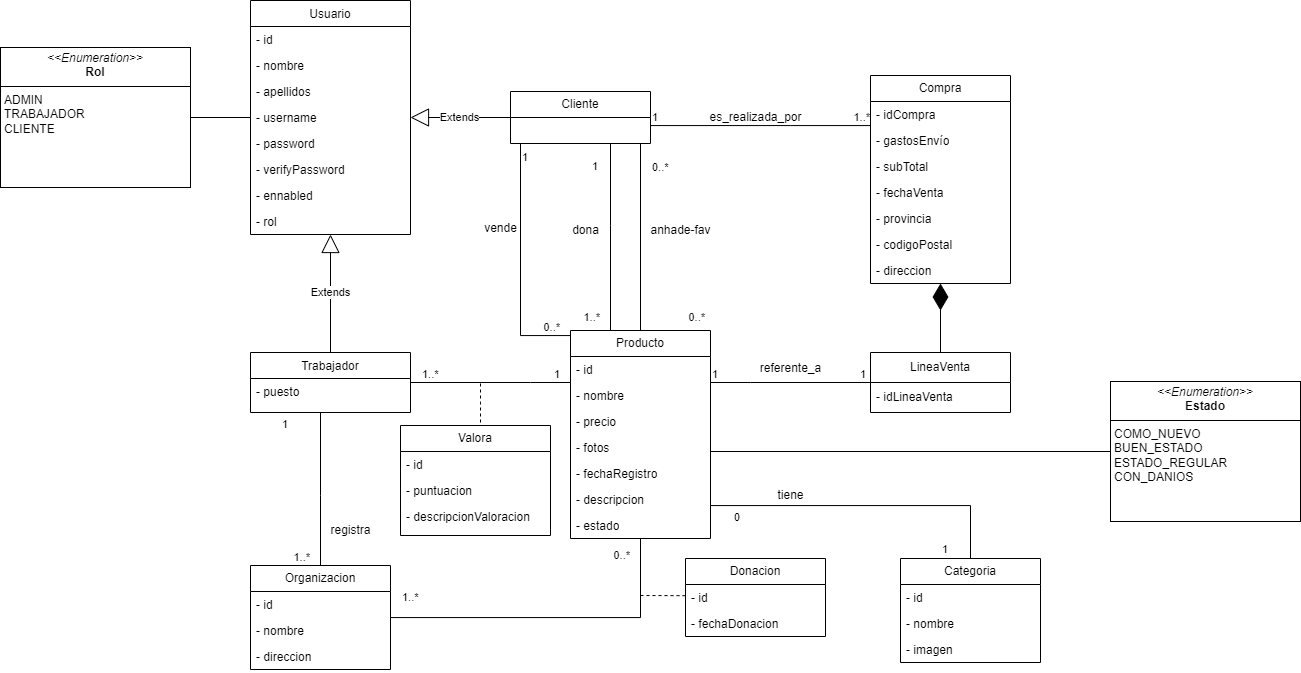
Earlier version of the draw.io export DiagramaDeClases.drawio.png (alvarocastilla05/RecySell). Source tidied: cells renumbered, new cells last; positions are measured from the earlier drawing's top-left corner, leaving out a move shared by most shapes.
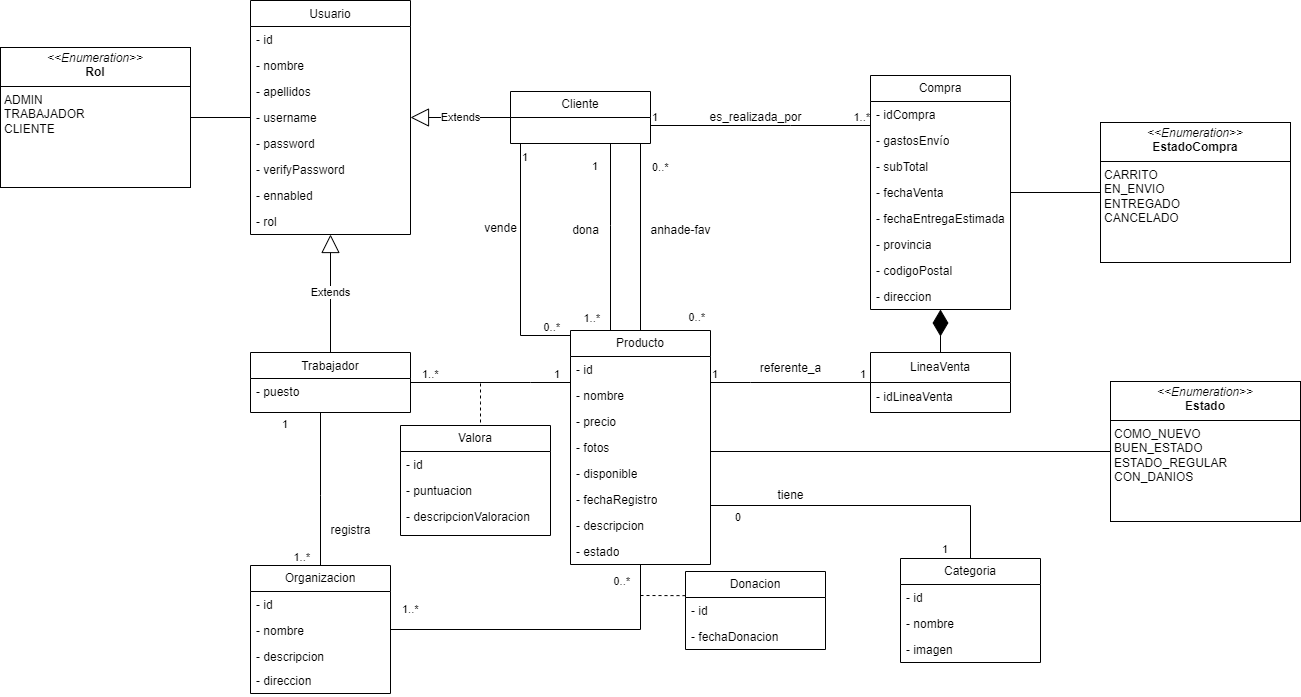
Above is the later version.

Commit message:
Actualización diagrama de clases

What changed in the source:
```diff
@@ -39,7 +39,7 @@
       <mxGeometry x="510" y="91" width="140" height="52" as="geometry" />
     </mxCell>
     <mxCell id="14" value="Producto" style="swimlane;fontStyle=0;horizontal=1;startSize=26;fillColor=none;whiteSpace=wrap;html=1;" parent="1" vertex="1">
-      <mxGeometry x="570" y="330" width="140" height="208" as="geometry" />
+      <mxGeometry x="570" y="330" width="140" height="234" as="geometry" />
     </mxCell>
     <mxCell id="15" value="- id" style="text;strokeColor=none;fillColor=none;align=left;verticalAlign=top;spacingLeft=4;spacingRight=4;overflow=hidden;whiteSpace=wrap;html=1;" parent="14" vertex="1">
       <mxGeometry y="26" width="140" height="26" as="geometry" />
@@ -53,14 +53,17 @@
     <mxCell id="18" value="- fotos" style="text;strokeColor=none;fillColor=none;align=left;verticalAlign=top;spacingLeft=4;spacingRight=4;overflow=hidden;whiteSpace=wrap;html=1;" parent="14" vertex="1">
       <mxGeometry y="104" width="140" height="26" as="geometry" />
     </mxCell>
+    <mxCell id="90" value="- disponible" style="text;strokeColor=none;fillColor=none;align=left;verticalAlign=top;spacingLeft=4;spacingRight=4;overflow=hidden;whiteSpace=wrap;html=1;" parent="14" vertex="1">
+      <mxGeometry y="130" width="140" height="26" as="geometry" />
+    </mxCell>
     <mxCell id="19" value="- fechaRegistro" style="text;strokeColor=none;fillColor=none;align=left;verticalAlign=top;spacingLeft=4;spacingRight=4;overflow=hidden;whiteSpace=wrap;html=1;" parent="14" vertex="1">
-      <mxGeometry y="130" width="140" height="26" as="geometry" />
+      <mxGeometry y="156" width="140" height="26" as="geometry" />
     </mxCell>
     <mxCell id="20" value="- descripcion" style="text;strokeColor=none;fillColor=none;align=left;verticalAlign=top;spacingLeft=4;spacingRight=4;overflow=hidden;whiteSpace=wrap;html=1;" parent="14" vertex="1">
-      <mxGeometry y="156" width="140" height="26" as="geometry" />
+      <mxGeometry y="182" width="140" height="26" as="geometry" />
     </mxCell>
     <mxCell id="21" value="- estado" style="text;strokeColor=none;fillColor=none;align=left;verticalAlign=top;spacingLeft=4;spacingRight=4;overflow=hidden;whiteSpace=wrap;html=1;" parent="14" vertex="1">
-      <mxGeometry y="182" width="140" height="26" as="geometry" />
+      <mxGeometry y="208" width="140" height="26" as="geometry" />
     </mxCell>
     <mxCell id="22" style="endArrow=none;html=1;edgeStyle=orthogonalEdgeStyle;rounded=0;" parent="1" edge="1" source="11" target="14">
       <mxGeometry relative="1" as="geometry">
@@ -102,7 +105,7 @@
       <mxGeometry x="640" y="215" width="80" height="30" as="geometry" />
     </mxCell>
     <mxCell id="29" value="Organizacion" style="swimlane;fontStyle=0;horizontal=1;startSize=26;fillColor=none;whiteSpace=wrap;html=1;" parent="1" vertex="1">
-      <mxGeometry x="250" y="565" width="140" height="104" as="geometry" />
+      <mxGeometry x="250" y="565" width="140" height="128" as="geometry" />
     </mxCell>
     <mxCell id="30" value="- id" style="text;strokeColor=none;fillColor=none;align=left;verticalAlign=top;spacingLeft=4;spacingRight=4;overflow=hidden;whiteSpace=wrap;html=1;" parent="29" vertex="1">
       <mxGeometry y="26" width="140" height="26" as="geometry" />
@@ -110,8 +113,11 @@
     <mxCell id="31" value="- nombre" style="text;strokeColor=none;fillColor=none;align=left;verticalAlign=top;spacingLeft=4;spacingRight=4;overflow=hidden;whiteSpace=wrap;html=1;" parent="29" vertex="1">
       <mxGeometry y="52" width="140" height="26" as="geometry" />
     </mxCell>
+    <mxCell id="91" value="- descripcion" style="text;strokeColor=none;fillColor=none;align=left;verticalAlign=top;spacingLeft=4;spacingRight=4;overflow=hidden;whiteSpace=wrap;html=1;" parent="29" vertex="1">
+      <mxGeometry y="78" width="140" height="24" as="geometry" />
+    </mxCell>
     <mxCell id="32" value="- direccion" style="text;strokeColor=none;fillColor=none;align=left;verticalAlign=top;spacingLeft=4;spacingRight=4;overflow=hidden;whiteSpace=wrap;html=1;" parent="29" vertex="1">
-      <mxGeometry y="78" width="140" height="26" as="geometry" />
+      <mxGeometry y="102" width="140" height="26" as="geometry" />
     </mxCell>
     <mxCell id="33" style="endArrow=none;html=1;edgeStyle=orthogonalEdgeStyle;rounded=0;" parent="1" edge="1" source="11" target="29">
       <mxGeometry relative="1" as="geometry">
@@ -174,7 +180,7 @@
       </mxGeometry>
     </mxCell>
     <mxCell id="45" value="Donacion" style="swimlane;fontStyle=0;horizontal=1;startSize=26;fillColor=none;whiteSpace=wrap;html=1;" parent="1" vertex="1">
-      <mxGeometry x="685" y="558" width="140" height="78" as="geometry" />
+      <mxGeometry x="685" y="571" width="140" height="78" as="geometry" />
     </mxCell>
     <mxCell id="46" value="- id" style="text;strokeColor=none;fillColor=none;align=left;verticalAlign=top;spacingLeft=4;spacingRight=4;overflow=hidden;whiteSpace=wrap;html=1;" parent="45" vertex="1">
       <mxGeometry y="26" width="140" height="26" as="geometry" />
@@ -270,7 +276,7 @@
       <mxGeometry x="750" y="353" width="80" height="30" as="geometry" />
     </mxCell>
     <mxCell id="71" value="Compra" style="swimlane;fontStyle=0;horizontal=1;startSize=26;fillColor=none;whiteSpace=wrap;html=1;" parent="1" vertex="1">
-      <mxGeometry x="870" y="75" width="140" height="208" as="geometry" />
+      <mxGeometry x="870" y="75" width="140" height="234" as="geometry" />
     </mxCell>
     <mxCell id="72" value="- idCompra" style="text;strokeColor=none;fillColor=none;align=left;verticalAlign=top;spacingLeft=4;spacingRight=4;overflow=hidden;whiteSpace=wrap;html=1;" parent="71" vertex="1">
       <mxGeometry y="26" width="140" height="26" as="geometry" />
@@ -284,14 +290,17 @@
     <mxCell id="75" value="- fechaVenta" style="text;strokeColor=none;fillColor=none;align=left;verticalAlign=top;spacingLeft=4;spacingRight=4;overflow=hidden;whiteSpace=wrap;html=1;" parent="71" vertex="1">
       <mxGeometry y="104" width="140" height="26" as="geometry" />
     </mxCell>
+    <mxCell id="92" value="- fechaEntregaEstimada" style="text;strokeColor=none;fillColor=none;align=left;verticalAlign=top;spacingLeft=4;spacingRight=4;overflow=hidden;whiteSpace=wrap;html=1;" parent="71" vertex="1">
+      <mxGeometry y="130" width="140" height="26" as="geometry" />
+    </mxCell>
     <mxCell id="76" value="- provincia" style="text;strokeColor=none;fillColor=none;align=left;verticalAlign=top;spacingLeft=4;spacingRight=4;overflow=hidden;whiteSpace=wrap;html=1;" parent="71" vertex="1">
-      <mxGeometry y="130" width="140" height="26" as="geometry" />
+      <mxGeometry y="156" width="140" height="26" as="geometry" />
     </mxCell>
     <mxCell id="77" value="- codigoPostal" style="text;strokeColor=none;fillColor=none;align=left;verticalAlign=top;spacingLeft=4;spacingRight=4;overflow=hidden;whiteSpace=wrap;html=1;" parent="71" vertex="1">
-      <mxGeometry y="156" width="140" height="26" as="geometry" />
+      <mxGeometry y="182" width="140" height="26" as="geometry" />
     </mxCell>
     <mxCell id="78" value="- direccion" style="text;strokeColor=none;fillColor=none;align=left;verticalAlign=top;spacingLeft=4;spacingRight=4;overflow=hidden;whiteSpace=wrap;html=1;" parent="71" vertex="1">
-      <mxGeometry y="182" width="140" height="26" as="geometry" />
+      <mxGeometry y="208" width="140" height="26" as="geometry" />
     </mxCell>
     <mxCell id="79" style="endArrow=diamondThin;endFill=1;endSize=24;html=1;rounded=0;" parent="1" edge="1" source="65" target="71">
       <mxGeometry relative="1" as="geometry" />
@@ -342,5 +351,11 @@
         <mxPoint x="1110" y="451" as="targetPoint" />
       </mxGeometry>
     </mxCell>
+    <mxCell id="93" value="&lt;p style=&quot;margin:0px;margin-top:4px;text-align:center;&quot;&gt;&lt;i&gt;&amp;lt;&amp;lt;Enumeration&amp;gt;&amp;gt;&lt;/i&gt;&lt;br&gt;&lt;b&gt;EstadoCompra&lt;/b&gt;&lt;/p&gt;&lt;hr size=&quot;1&quot; style=&quot;border-style:solid;&quot;&gt;&lt;p style=&quot;margin:0px;margin-left:4px;&quot;&gt;CARRITO&lt;/p&gt;&lt;p style=&quot;margin:0px;margin-left:4px;&quot;&gt;EN_ENVIO&lt;/p&gt;&lt;p style=&quot;margin:0px;margin-left:4px;&quot;&gt;ENTREGADO&lt;/p&gt;&lt;p style=&quot;margin:0px;margin-left:4px;&quot;&gt;CANCELADO&lt;/p&gt;" style="verticalAlign=top;align=left;overflow=fill;html=1;whiteSpace=wrap;" parent="1" vertex="1">
+      <mxGeometry x="1100" y="122" width="190" height="140" as="geometry" />
+    </mxCell>
+    <mxCell id="94" style="endArrow=none;html=1;rounded=0;" parent="1" edge="1" source="71" target="93">
+      <mxGeometry relative="1" as="geometry" />
+    </mxCell>
   </root>
 </mxGraphModel>
```
